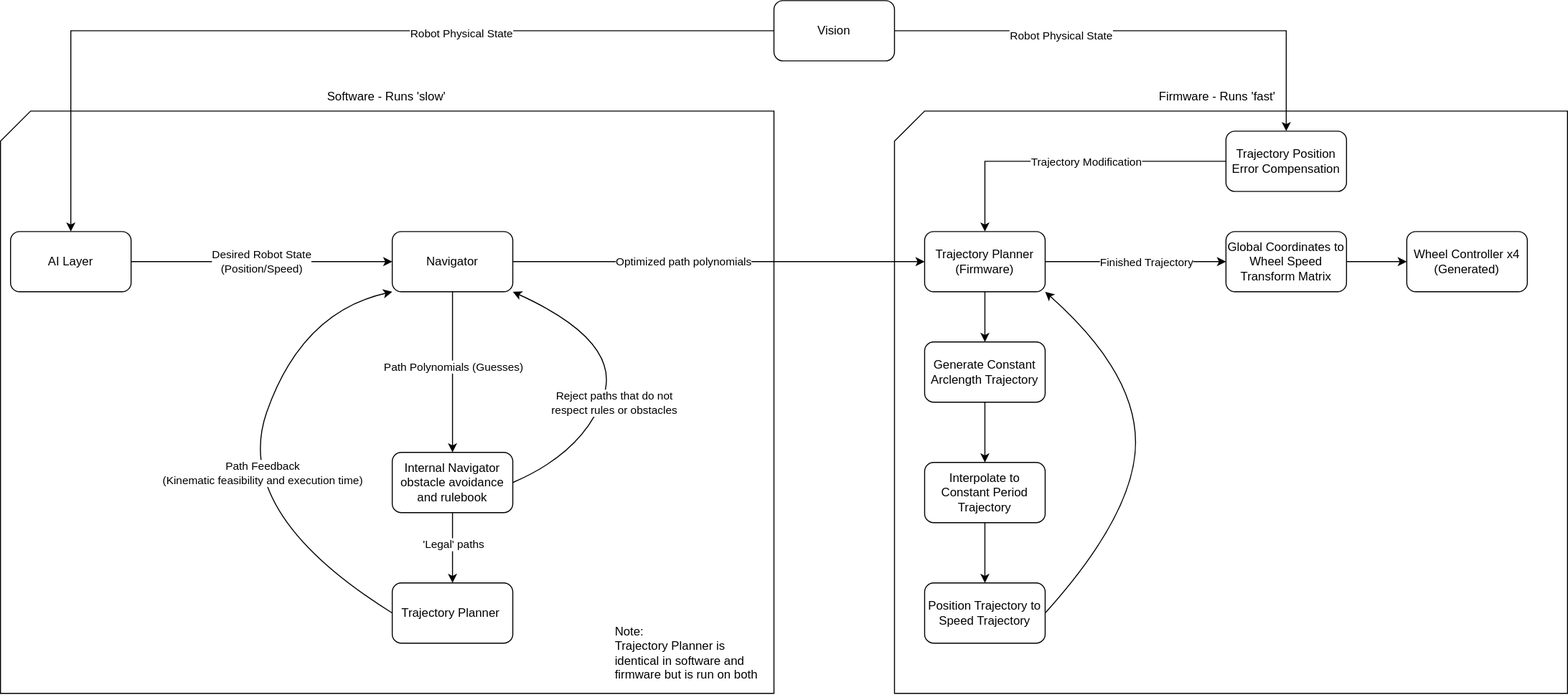
UBC-Thunderbots/Software keeps this draw.io diagram as docs/images/ControlStock.svg. Above is the earlier version. Source tidied: cells renumbered, new cells last; positions are measured from the earlier drawing's top-left corner, leaving out a move shared by most shapes.
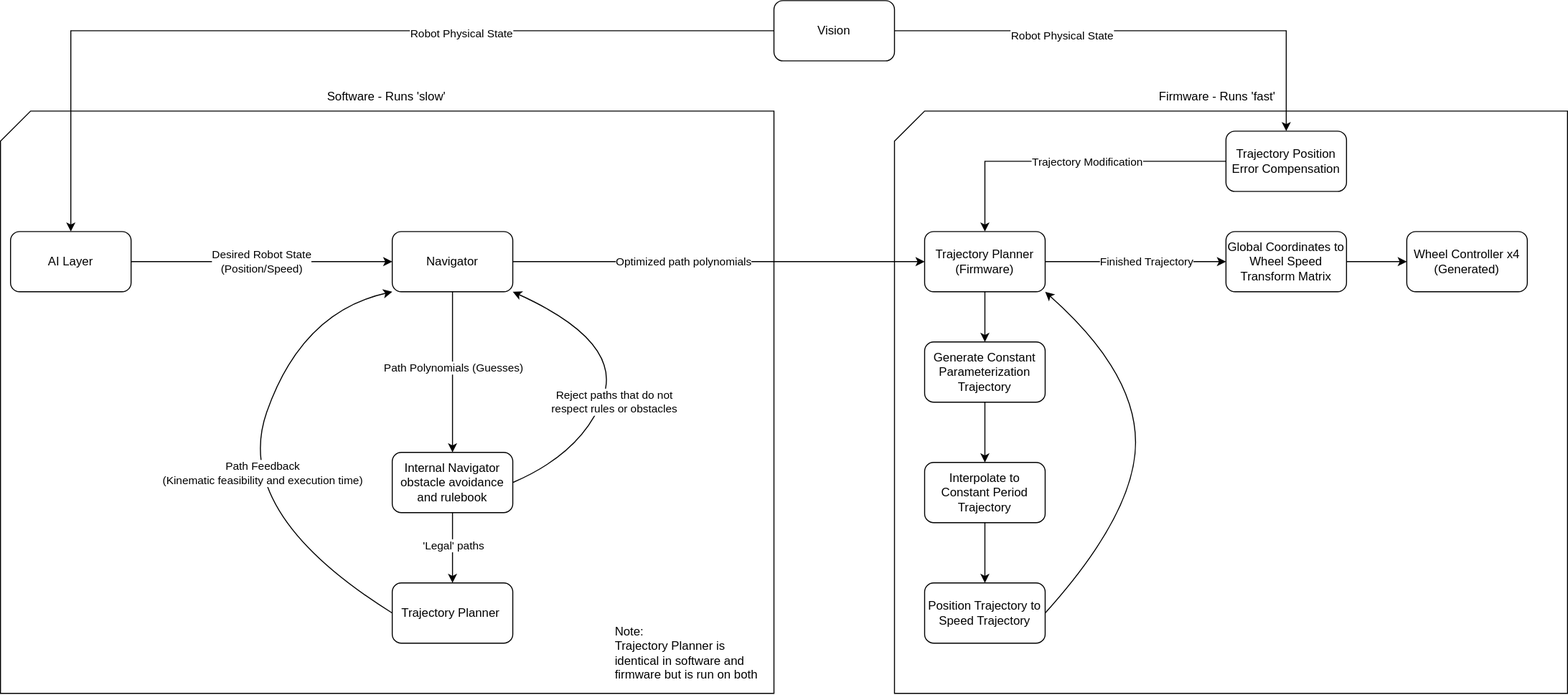
The same diagram one commit later.

Commit message:
Replaced constant arclenght trajectory with constant parameterization

Change to the diagram source:
```diff
@@ -87,7 +87,7 @@
     <mxCell id="21" style="edgeStyle=orthogonalEdgeStyle;rounded=0;jettySize=auto;html=1;entryX=0.5;entryY=0;entryDx=0;entryDy=0;" parent="1" edge="1" source="22" target="25">
       <mxGeometry relative="1" as="geometry" />
     </mxCell>
-    <mxCell id="22" value="Generate Constant Arclength Trajectory" style="rounded=1;whiteSpace=wrap;html=1;" parent="1" vertex="1">
+    <mxCell id="22" value="Generate Constant Parameterization Trajectory" style="rounded=1;whiteSpace=wrap;html=1;" parent="1" vertex="1">
       <mxGeometry x="920" y="340" width="120" height="60" as="geometry" />
     </mxCell>
     <mxCell id="23" style="endArrow=classic;html=1;exitX=0.5;exitY=1;exitDx=0;exitDy=0;entryX=0.5;entryY=0;entryDx=0;entryDy=0;" parent="1" edge="1" source="13" target="22">
```
